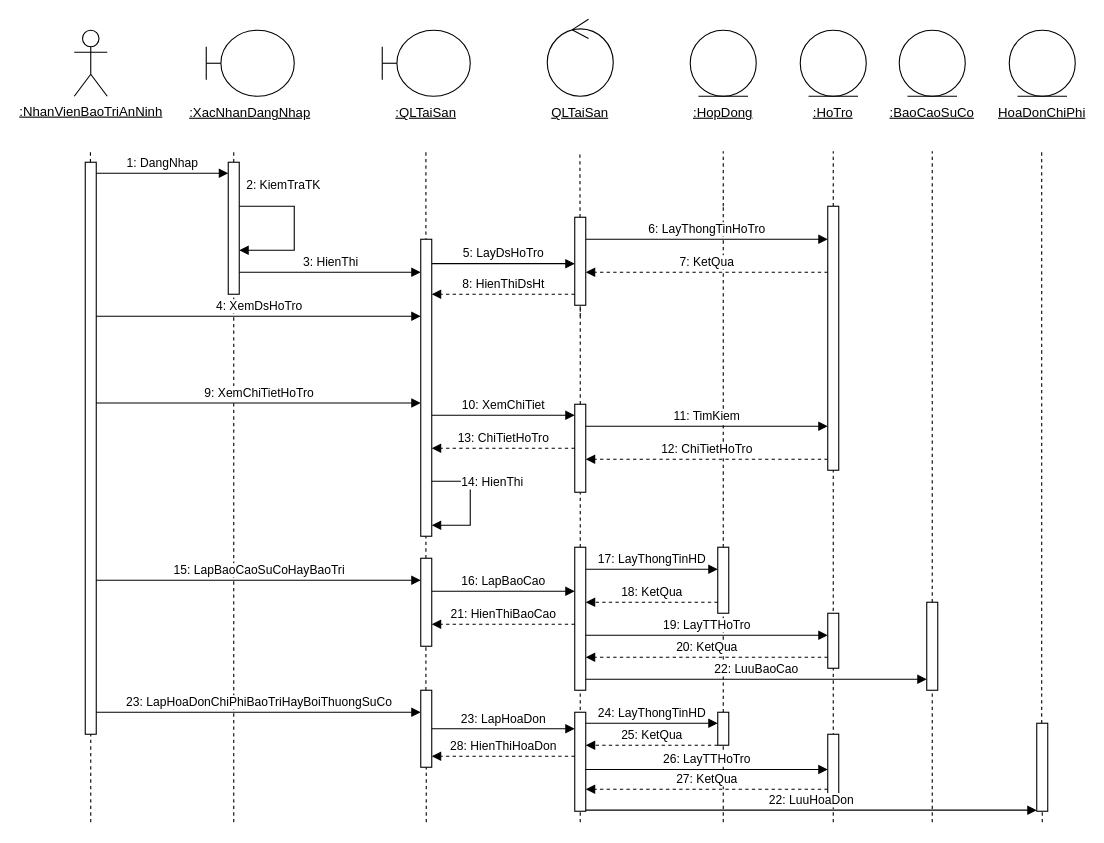
Nguyeniris123/DH22IT01OU keeps this draw.io diagram as Phân tích thiết kế hệ thống/Tuan7/Tuantu/TuantuQlTaiSan.drawio. Above is the earlier version. Source tidied: cells renumbered, new cells numbered last; positions are measured from the earlier drawing's top-left corner, leaving out a move shared by most shapes. Both pictures are drawn from the tidied source at 110%, with x=0, y=0 at pixel (74, 19).
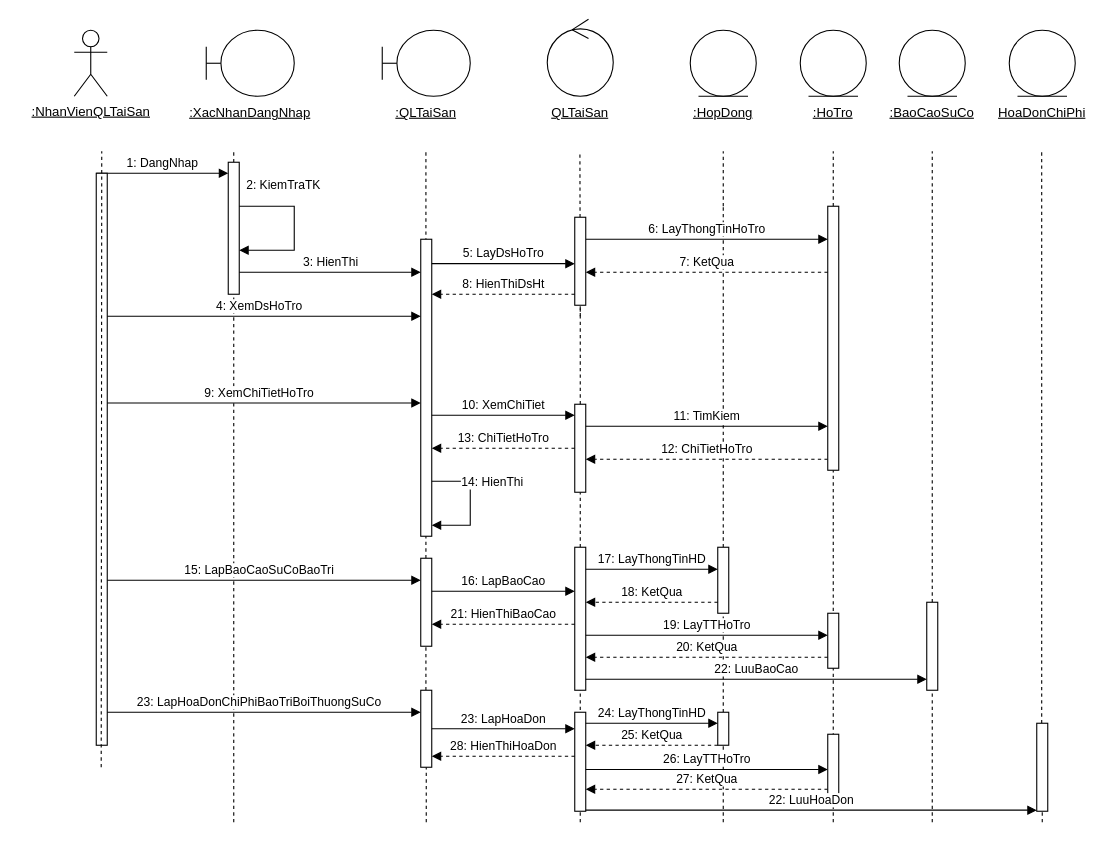
The same diagram, later.

What changed in the source:
```diff
@@
-    <mxCell id="2" value="&lt;span style=&quot;text-wrap: wrap;&quot;&gt;&lt;u&gt;:NhanVienBaoTriAnNinh&lt;/u&gt;&lt;/span&gt;" style="shape=umlActor;verticalLabelPosition=bottom;verticalAlign=top;html=1;" parent="1" vertex="1">
+    <mxCell id="2" value="&lt;span style=&quot;text-wrap: wrap;&quot;&gt;&lt;u&gt;:NhanVienQLTaiSan&lt;/u&gt;&lt;/span&gt;" style="shape=umlActor;verticalLabelPosition=bottom;verticalAlign=top;html=1;" parent="1" vertex="1">
       <mxGeometry y="10" width="30" height="60" as="geometry" />
     </mxCell>
@@
-    <mxCell id="11" style="endArrow=none;dashed=1;html=1;rounded=0;" parent="1" edge="1" source="13">
-      <mxGeometry relative="1" as="geometry">
-        <mxPoint x="14.7" y="120" as="targetPoint" />
-      </mxGeometry>
-    </mxCell>
-    <mxCell id="12" style="endArrow=none;dashed=1;html=1;rounded=0;" parent="1" edge="1" target="13">
-      <mxGeometry relative="1" as="geometry">
-        <mxPoint x="15" y="730" as="sourcePoint" />
-      </mxGeometry>
-    </mxCell>
-    <mxCell id="13" style="html=1;points=[[0,0,0,0,5],[0,1,0,0,-5],[1,0,0,0,5],[1,1,0,0,-5]];perimeter=orthogonalPerimeter;outlineConnect=0;targetShapes=umlLifeline;portConstraint=eastwest;newEdgeStyle={&quot;curved&quot;:0,&quot;rounded&quot;:0};" parent="1" vertex="1">
-      <mxGeometry x="10" y="130" width="10" height="520" as="geometry" />
-    </mxCell>
@@
-    <mxCell id="36" value="15: LapBaoCaoSuCoHayBaoTri" style="html=1;verticalAlign=bottom;endArrow=block;curved=0;rounded=0;" parent="1" edge="1">
+    <mxCell id="36" value="15: LapBaoCaoSuCoBaoTri" style="html=1;verticalAlign=bottom;endArrow=block;curved=0;rounded=0;" parent="1" edge="1">
       <mxGeometry relative="1" as="geometry">
         <mxPoint x="20" y="510" as="sourcePoint" />
         <mxPoint x="315" y="510" as="targetPoint" />
       </mxGeometry>
     </mxCell>
@@
-    <mxCell id="60" value="23: LapHoaDonChiPhiBaoTriHayBoiThuongSuCo" style="html=1;verticalAlign=bottom;endArrow=block;curved=0;rounded=0;" parent="1" edge="1">
+    <mxCell id="60" value="23: LapHoaDonChiPhiBaoTriBoiThuongSuCo" style="html=1;verticalAlign=bottom;endArrow=block;curved=0;rounded=0;" parent="1" edge="1">
       <mxGeometry relative="1" as="geometry">
         <mxPoint x="20" y="630" as="sourcePoint" />
         <mxPoint x="315" y="630" as="targetPoint" />
       </mxGeometry>
     </mxCell>
@@
+    <mxCell id="88" style="html=1;perimeter=orthogonalPerimeter;targetShapes=umlLifeline;newEdgeStyle={&quot;curved&quot;:0,&quot;rounded&quot;:0};" parent="1" vertex="1">
+      <mxGeometry x="20" y="140" width="10" height="520" as="geometry" />
+    </mxCell>
+    <mxCell id="89" style="endArrow=none;dashed=1;html=1;rounded=0;" parent="1" edge="1">
+      <mxGeometry relative="1" as="geometry">
+        <mxPoint x="24.5" y="680" as="sourcePoint" />
+        <mxPoint x="25" y="120" as="targetPoint" />
+      </mxGeometry>
+    </mxCell>
```
